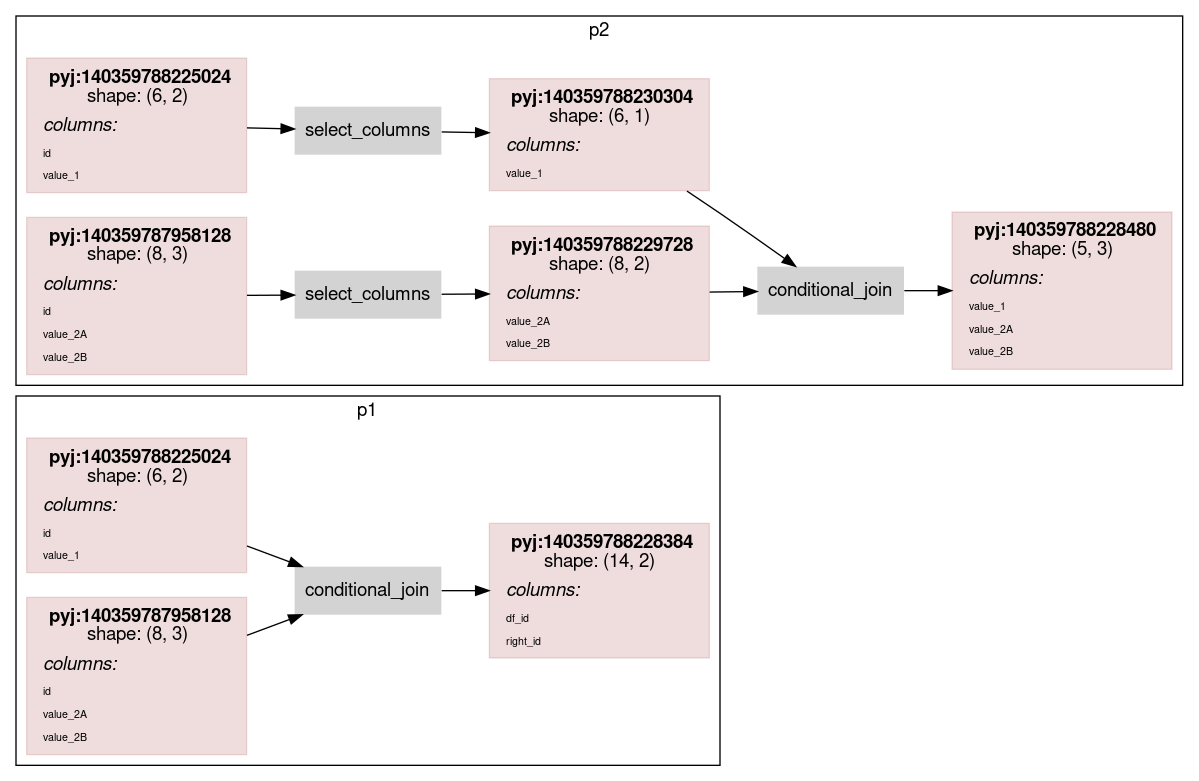
asmirnov69/pyjviz-poc keeps this Graphviz diagram as scripts/rdflog/conditional_join_w_cmp.ttl.dot.png. Above is the earlier version. Its source is kept beside it as scripts/rdflog/conditional_join_w_cmp.ttl.dot.
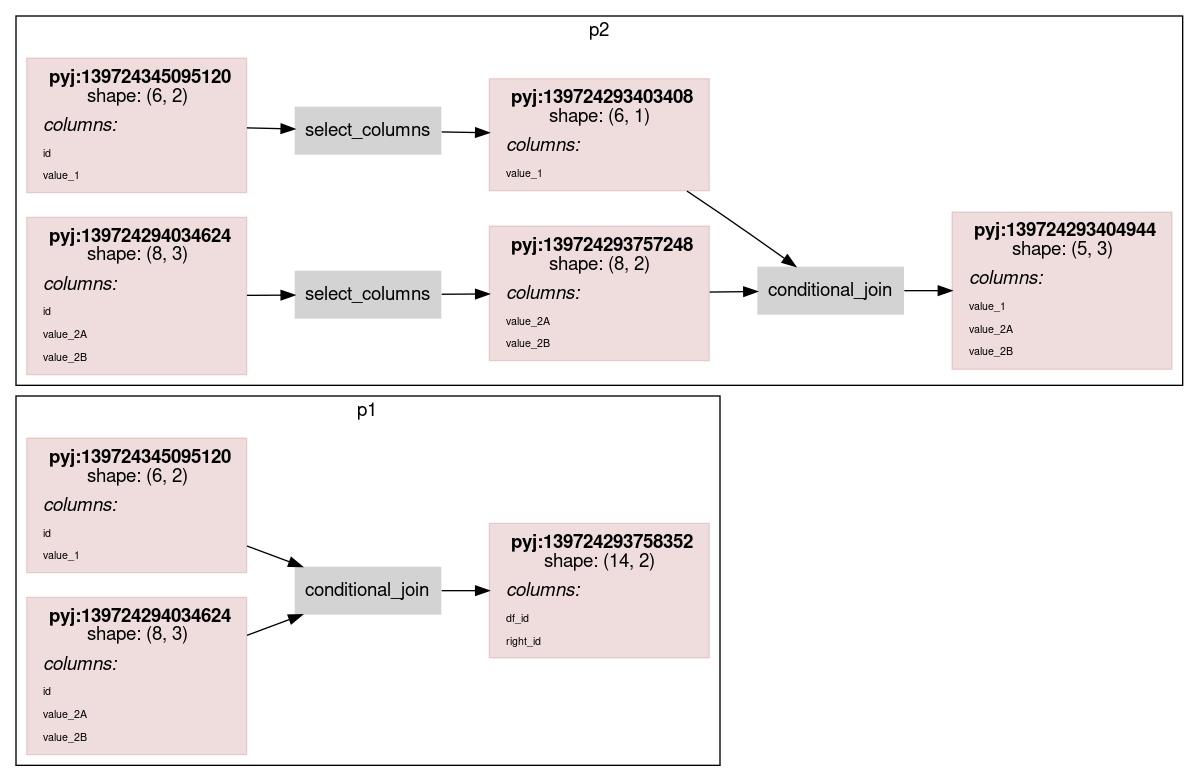
Later version of the same file.

The edit, as a diff of the source:
```diff
@@ -14,7 +14,7 @@
                 color="#88000022"
                 shape = rect
                 label = <<table border="0" cellborder="0" cellspacing="0" cellpadding="4">
-                         <tr> <td> <b>pyj:140359788225024</b><br/>shape: (6, 2)</td> </tr>
+                         <tr> <td> <b>pyj:139724345095120</b><br/>shape: (6, 2)</td> </tr>
                          <tr> <td align="left"><i>columns:</i><br align="left"/></td></tr>
                 <tr><td align="left"><FONT POINT-SIZE="8px">id</FONT></td></tr>
 <tr><td align="left"><FONT POINT-SIZE="8px">value_1</FONT></td></tr>
@@ -24,7 +24,7 @@
                 color="#88000022"
                 shape = rect
                 label = <<table border="0" cellborder="0" cellspacing="0" cellpadding="4">
-                         <tr> <td> <b>pyj:140359788228384</b><br/>shape: (14, 2)</td> </tr>
+                         <tr> <td> <b>pyj:139724293758352</b><br/>shape: (14, 2)</td> </tr>
                          <tr> <td align="left"><i>columns:</i><br align="left"/></td></tr>
                 <tr><td align="left"><FONT POINT-SIZE="8px">df_id</FONT></td></tr>
 <tr><td align="left"><FONT POINT-SIZE="8px">right_id</FONT></td></tr>
@@ -34,7 +34,7 @@
                 color="#88000022"
                 shape = rect
                 label = <<table border="0" cellborder="0" cellspacing="0" cellpadding="4">
-                         <tr> <td> <b>pyj:140359787958128</b><br/>shape: (8, 3)</td> </tr>
+                         <tr> <td> <b>pyj:139724294034624</b><br/>shape: (8, 3)</td> </tr>
                          <tr> <td align="left"><i>columns:</i><br align="left"/></td></tr>
                 <tr><td align="left"><FONT POINT-SIZE="8px">id</FONT></td></tr>
 <tr><td align="left"><FONT POINT-SIZE="8px">value_2A</FONT></td></tr>
@@ -52,7 +52,7 @@
                 color="#88000022"
                 shape = rect
                 label = <<table border="0" cellborder="0" cellspacing="0" cellpadding="4">
-                         <tr> <td> <b>pyj:140359788225024</b><br/>shape: (6, 2)</td> </tr>
+                         <tr> <td> <b>pyj:139724345095120</b><br/>shape: (6, 2)</td> </tr>
                          <tr> <td align="left"><i>columns:</i><br align="left"/></td></tr>
                 <tr><td align="left"><FONT POINT-SIZE="8px">id</FONT></td></tr>
 <tr><td align="left"><FONT POINT-SIZE="8px">value_1</FONT></td></tr>
@@ -62,7 +62,7 @@
                 color="#88000022"
                 shape = rect
                 label = <<table border="0" cellborder="0" cellspacing="0" cellpadding="4">
-                         <tr> <td> <b>pyj:140359787958128</b><br/>shape: (8, 3)</td> </tr>
+                         <tr> <td> <b>pyj:139724294034624</b><br/>shape: (8, 3)</td> </tr>
                          <tr> <td align="left"><i>columns:</i><br align="left"/></td></tr>
                 <tr><td align="left"><FONT POINT-SIZE="8px">id</FONT></td></tr>
 <tr><td align="left"><FONT POINT-SIZE="8px">value_2A</FONT></td></tr>
@@ -73,7 +73,7 @@
                 color="#88000022"
                 shape = rect
                 label = <<table border="0" cellborder="0" cellspacing="0" cellpadding="4">
-                         <tr> <td> <b>pyj:140359788230304</b><br/>shape: (6, 1)</td> </tr>
+                         <tr> <td> <b>pyj:139724293403408</b><br/>shape: (6, 1)</td> </tr>
                          <tr> <td align="left"><i>columns:</i><br align="left"/></td></tr>
                 <tr><td align="left"><FONT POINT-SIZE="8px">value_1</FONT></td></tr>
                          </table>>
@@ -82,7 +82,7 @@
                 color="#88000022"
                 shape = rect
                 label = <<table border="0" cellborder="0" cellspacing="0" cellpadding="4">
-                         <tr> <td> <b>pyj:140359788229728</b><br/>shape: (8, 2)</td> </tr>
+                         <tr> <td> <b>pyj:139724293757248</b><br/>shape: (8, 2)</td> </tr>
                          <tr> <td align="left"><i>columns:</i><br align="left"/></td></tr>
                 <tr><td align="left"><FONT POINT-SIZE="8px">value_2A</FONT></td></tr>
 <tr><td align="left"><FONT POINT-SIZE="8px">value_2B</FONT></td></tr>
@@ -92,7 +92,7 @@
                 color="#88000022"
                 shape = rect
                 label = <<table border="0" cellborder="0" cellspacing="0" cellpadding="4">
-                         <tr> <td> <b>pyj:140359788228480</b><br/>shape: (5, 3)</td> </tr>
+                         <tr> <td> <b>pyj:139724293404944</b><br/>shape: (5, 3)</td> </tr>
                          <tr> <td align="left"><i>columns:</i><br align="left"/></td></tr>
                 <tr><td align="left"><FONT POINT-SIZE="8px">value_1</FONT></td></tr>
 <tr><td align="left"><FONT POINT-SIZE="8px">value_2A</FONT></td></tr>
```
